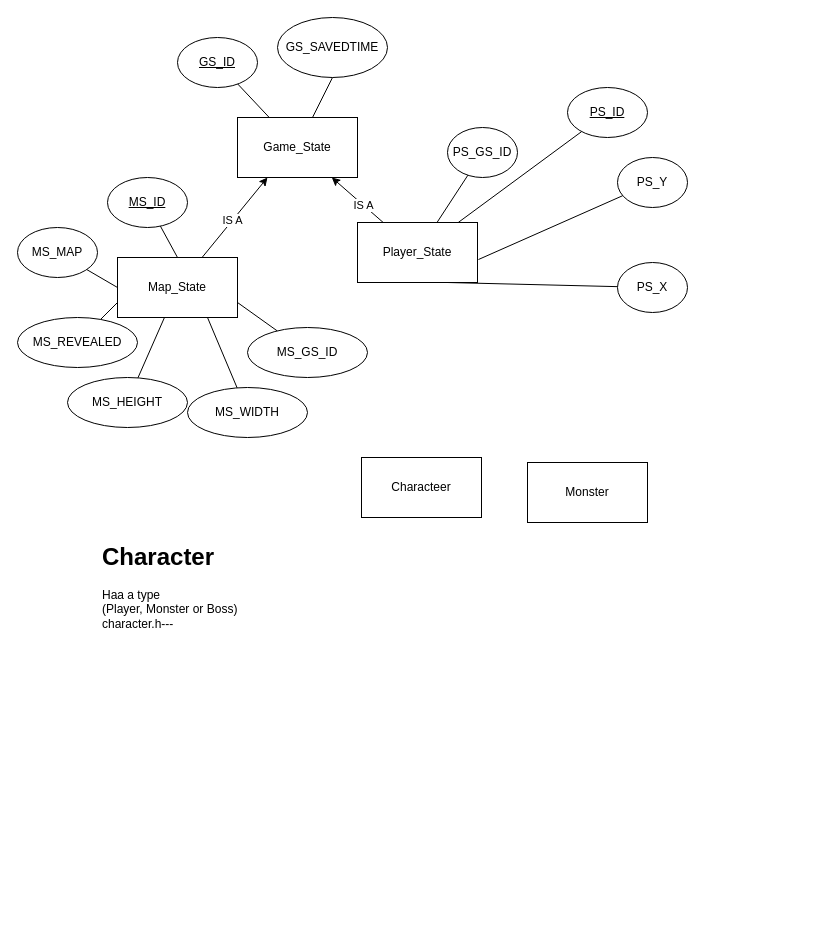
PM4-FS25-DungeonCrawl/DungeonCrawl keeps this draw.io diagram as page "Items & Abilities" (3 of 3) of documents/erd/ERD_GameState.drawio. Above is the earlier version. Source tidied: cells renumbered, new cells numbered last; positions are measured from the earlier drawing's top-left corner, leaving out a move shared by most shapes. Both pictures are drawn from the tidied source at 100%, with x=0, y=0 at pixel (17, 17).
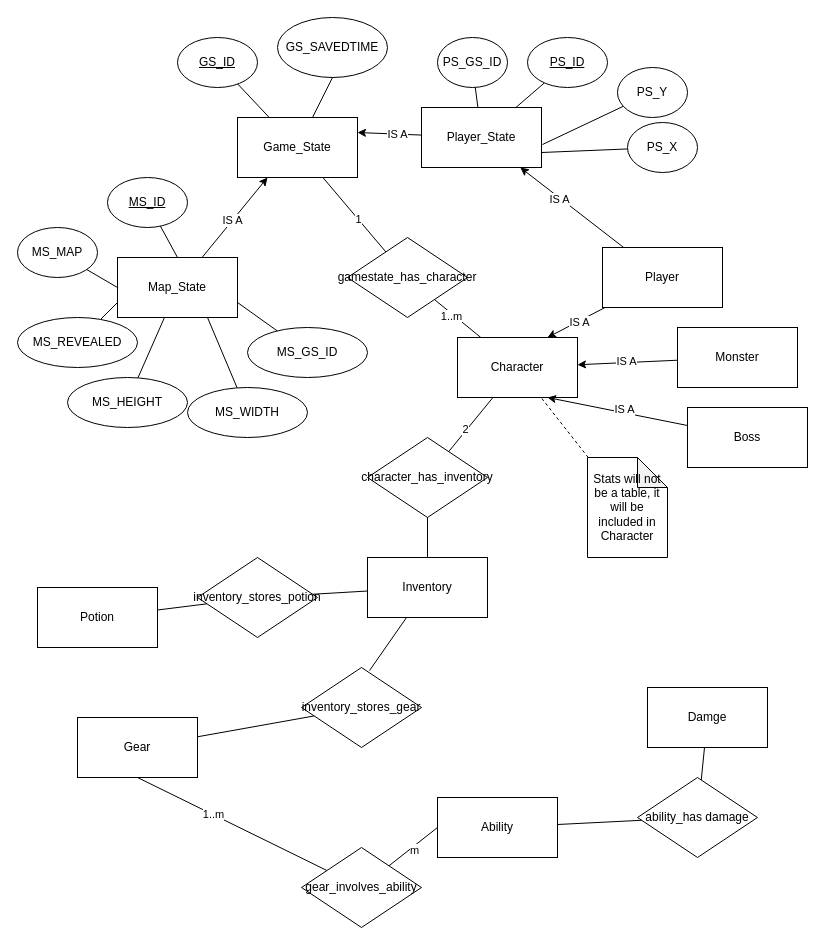
The same page after the edit.

Commit message:
little ERD

Unchanged cells that the change refers to:
```xml
<mxCell id="4" value="Game_State" style="rounded=0;whiteSpace=wrap;html=1;" parent="1" vertex="1">
  <mxGeometry x="220" y="100" width="120" height="60" as="geometry" />
</mxCell>
```

What changed in the source:
```diff
@@
-    <mxCell id="10" style="rounded=0;jettySize=auto;html=1;" parent="1" edge="1" source="12" target="4">
+    <mxCell id="10" style="rounded=0;jettySize=auto;html=1;entryX=1;entryY=0.25;entryDx=0;entryDy=0;" parent="1" edge="1" source="12" target="4">
       <mxGeometry relative="1" as="geometry" />
     </mxCell>
@@
     <mxCell id="12" value="Player_State" style="rounded=0;whiteSpace=wrap;html=1;" parent="1" vertex="1">
-      <mxGeometry x="340" y="205" width="120" height="60" as="geometry" />
+      <mxGeometry x="404" y="90" width="120" height="60" as="geometry" />
     </mxCell>
@@
     <mxCell id="15" value="&lt;u&gt;PS_ID&lt;/u&gt;" style="ellipse;whiteSpace=wrap;html=1;" parent="1" vertex="1">
-      <mxGeometry x="550" y="70" width="80" height="50" as="geometry" />
+      <mxGeometry x="510" y="20" width="80" height="50" as="geometry" />
     </mxCell>
@@
-    <mxCell id="27" style="rounded=0;jettySize=auto;html=1;entryX=0.75;entryY=1;entryDx=0;entryDy=0;endArrow=none;endFill=0;" parent="1" edge="1" source="28" target="12">
+    <mxCell id="27" style="rounded=0;jettySize=auto;html=1;entryX=1;entryY=0.75;entryDx=0;entryDy=0;endArrow=none;endFill=0;" parent="1" edge="1" source="28" target="12">
       <mxGeometry relative="1" as="geometry" />
     </mxCell>
     <mxCell id="28" value="PS_X" style="ellipse;whiteSpace=wrap;html=1;" parent="1" vertex="1">
-      <mxGeometry x="600" y="245" width="70" height="50" as="geometry" />
+      <mxGeometry x="610" y="105" width="70" height="50" as="geometry" />
     </mxCell>
@@
     <mxCell id="30" value="PS_Y" style="ellipse;whiteSpace=wrap;html=1;" parent="1" vertex="1">
-      <mxGeometry x="600" y="140" width="70" height="50" as="geometry" />
+      <mxGeometry x="600" y="50" width="70" height="50" as="geometry" />
     </mxCell>
@@
     <mxCell id="32" value="PS_GS_ID" style="ellipse;whiteSpace=wrap;html=1;" parent="1" vertex="1">
-      <mxGeometry x="430" y="110" width="70" height="50" as="geometry" />
+      <mxGeometry x="420" y="20" width="70" height="50" as="geometry" />
     </mxCell>
-    <mxCell id="33" value="Characteer" style="rounded=0;whiteSpace=wrap;html=1;" parent="1" vertex="1">
-      <mxGeometry x="344" y="440" width="120" height="60" as="geometry" />
+    <mxCell id="33" value="Character" style="rounded=0;whiteSpace=wrap;html=1;" parent="1" vertex="1">
+      <mxGeometry x="440" y="320" width="120" height="60" as="geometry" />
     </mxCell>
+    <mxCell id="36" style="rounded=0;jettySize=auto;html=1;" parent="1" edge="1" source="34" target="33">
+      <mxGeometry relative="1" as="geometry" />
+    </mxCell>
+    <mxCell id="37" value="IS A" style="edgeLabel;html=1;align=center;verticalAlign=middle;" parent="36" vertex="1">
+      <mxGeometry x="0.02" y="-2" relative="1" as="geometry" />
+    </mxCell>
     <mxCell id="34" value="Monster" style="rounded=0;whiteSpace=wrap;html=1;" parent="1" vertex="1">
-      <mxGeometry x="510" y="445" width="120" height="60" as="geometry" />
+      <mxGeometry x="660" y="310" width="120" height="60" as="geometry" />
     </mxCell>
-    <mxCell id="35" value="&lt;h1&gt;Character&lt;span style=&quot;white-space: pre;&quot;&gt;&#9;&lt;/span&gt;&lt;/h1&gt;&lt;div&gt;Haa a type&lt;/div&gt;&lt;div&gt;(Player, Monster or Boss)&lt;/div&gt;&lt;div&gt;character.h---&lt;/div&gt;" style="text;html=1;strokeColor=none;fillColor=none;spacing=5;spacingTop=-20;whiteSpace=wrap;overflow=hidden;rounded=0;" parent="1" vertex="1">
-      <mxGeometry x="80" y="520" width="190" height="120" as="geometry" />
-    </mxCell>
+    <mxCell id="38" style="rounded=0;jettySize=auto;html=1;entryX=0.75;entryY=0;entryDx=0;entryDy=0;" parent="1" edge="1" source="42" target="33">
+      <mxGeometry relative="1" as="geometry" />
+    </mxCell>
+    <mxCell id="39" value="IS A" style="edgeLabel;html=1;align=center;verticalAlign=middle;" parent="38" vertex="1">
+      <mxGeometry x="-0.08" y="1" relative="1" as="geometry" />
+    </mxCell>
+    <mxCell id="40" style="rounded=0;jettySize=auto;html=1;" parent="1" edge="1" source="42" target="12">
+      <mxGeometry relative="1" as="geometry" />
+    </mxCell>
+    <mxCell id="41" value="IS A" style="edgeLabel;html=1;align=center;verticalAlign=middle;" parent="40" vertex="1">
+      <mxGeometry x="0.24" y="1" relative="1" as="geometry" />
+    </mxCell>
+    <mxCell id="42" value="Player" style="rounded=0;whiteSpace=wrap;html=1;" parent="1" vertex="1">
+      <mxGeometry x="585" y="230" width="120" height="60" as="geometry" />
+    </mxCell>
+    <mxCell id="43" style="rounded=0;jettySize=auto;html=1;entryX=0.75;entryY=1;entryDx=0;entryDy=0;" parent="1" edge="1" source="45" target="33">
+      <mxGeometry relative="1" as="geometry" />
+    </mxCell>
+    <mxCell id="44" value="IS A" style="edgeLabel;html=1;align=center;verticalAlign=middle;" parent="43" vertex="1">
+      <mxGeometry x="-0.07" y="-4" relative="1" as="geometry" />
+    </mxCell>
+    <mxCell id="45" value="Boss" style="rounded=0;whiteSpace=wrap;html=1;" parent="1" vertex="1">
+      <mxGeometry x="670" y="390" width="120" height="60" as="geometry" />
+    </mxCell>
+    <mxCell id="46" style="rounded=0;jettySize=auto;html=1;endArrow=none;endFill=0;" parent="1" edge="1" source="48" target="4">
+      <mxGeometry relative="1" as="geometry" />
+    </mxCell>
+    <mxCell id="47" value="1" style="edgeLabel;html=1;align=center;verticalAlign=middle;" parent="46" vertex="1">
+      <mxGeometry x="-0.09" y="-1" relative="1" as="geometry">
+        <mxPoint y="1" as="offset" />
+      </mxGeometry>
+    </mxCell>
+    <mxCell id="48" value="gamestate_has_character" style="rhombus;whiteSpace=wrap;html=1;" parent="1" vertex="1">
+      <mxGeometry x="330" y="220" width="120" height="80" as="geometry" />
+    </mxCell>
+    <mxCell id="49" style="endArrow=none;html=1;rounded=0;" parent="1" edge="1" source="33" target="48">
+      <mxGeometry relative="1" as="geometry" />
+    </mxCell>
+    <mxCell id="50" value="1..m" style="edgeLabel;html=1;align=center;verticalAlign=middle;" parent="49" vertex="1">
+      <mxGeometry x="0.24" y="2" relative="1" as="geometry" />
+    </mxCell>
+    <mxCell id="51" style="rounded=0;jettySize=auto;html=1;endArrow=none;endFill=0;dashed=1;" parent="1" edge="1" source="52" target="33">
+      <mxGeometry relative="1" as="geometry" />
+    </mxCell>
+    <mxCell id="52" value="Stats will not be a table, it will be included in Character" style="shape=note;whiteSpace=wrap;html=1;backgroundOutline=1;darkOpacity=0.05;" parent="1" vertex="1">
+      <mxGeometry x="570" y="440" width="80" height="100" as="geometry" />
+    </mxCell>
+    <mxCell id="53" value="Potion" style="rounded=0;whiteSpace=wrap;html=1;" parent="1" vertex="1">
+      <mxGeometry x="20" y="570" width="120" height="60" as="geometry" />
+    </mxCell>
+    <mxCell id="54" value="Gear" style="rounded=0;whiteSpace=wrap;html=1;" parent="1" vertex="1">
+      <mxGeometry x="60" y="700" width="120" height="60" as="geometry" />
+    </mxCell>
+    <mxCell id="55" value="Inventory" style="rounded=0;whiteSpace=wrap;html=1;" parent="1" vertex="1">
+      <mxGeometry x="350" y="540" width="120" height="60" as="geometry" />
+    </mxCell>
+    <mxCell id="56" value="Ability" style="rounded=0;whiteSpace=wrap;html=1;" parent="1" vertex="1">
+      <mxGeometry x="420" y="780" width="120" height="60" as="geometry" />
+    </mxCell>
+    <mxCell id="57" value="Damge" style="rounded=0;whiteSpace=wrap;html=1;" parent="1" vertex="1">
+      <mxGeometry x="630" y="670" width="120" height="60" as="geometry" />
+    </mxCell>
+    <mxCell id="58" style="rounded=0;jettySize=auto;html=1;entryX=0.5;entryY=1;entryDx=0;entryDy=0;endArrow=none;endFill=0;" parent="1" edge="1" source="62" target="54">
+      <mxGeometry relative="1" as="geometry" />
+    </mxCell>
+    <mxCell id="59" value="1..m" style="edgeLabel;html=1;align=center;verticalAlign=middle;" parent="58" vertex="1">
+      <mxGeometry x="0.2" y="-1" relative="1" as="geometry" />
+    </mxCell>
+    <mxCell id="60" style="rounded=0;jettySize=auto;html=1;entryX=0;entryY=0.5;entryDx=0;entryDy=0;endArrow=none;endFill=0;" parent="1" edge="1" source="62" target="56">
+      <mxGeometry relative="1" as="geometry" />
+    </mxCell>
+    <mxCell id="61" value="m" style="edgeLabel;html=1;align=center;verticalAlign=middle;" parent="60" vertex="1">
+      <mxGeometry x="-0.02" y="-3" relative="1" as="geometry" />
+    </mxCell>
+    <mxCell id="62" value="gear_involves_ability" style="rhombus;whiteSpace=wrap;html=1;" parent="1" vertex="1">
+      <mxGeometry x="284" y="830" width="120" height="80" as="geometry" />
+    </mxCell>
+    <mxCell id="63" value="ability_has damage" style="rhombus;whiteSpace=wrap;html=1;" parent="1" vertex="1">
+      <mxGeometry x="620" y="760" width="120" height="80" as="geometry" />
+    </mxCell>
+    <mxCell id="64" value="character_has_inventory" style="rhombus;whiteSpace=wrap;html=1;" parent="1" vertex="1">
+      <mxGeometry x="350" y="420" width="120" height="80" as="geometry" />
+    </mxCell>
+    <mxCell id="65" value="inventory_stores_gear" style="rhombus;whiteSpace=wrap;html=1;" parent="1" vertex="1">
+      <mxGeometry x="284" y="650" width="120" height="80" as="geometry" />
+    </mxCell>
+    <mxCell id="66" value="inventory_stores_potion" style="rhombus;whiteSpace=wrap;html=1;" parent="1" vertex="1">
+      <mxGeometry x="180" y="540" width="120" height="80" as="geometry" />
+    </mxCell>
+    <mxCell id="67" style="endArrow=none;html=1;rounded=0;exitX=0.567;exitY=0.038;exitDx=0;exitDy=0;exitPerimeter=0;" parent="1" edge="1" source="65" target="55">
+      <mxGeometry relative="1" as="geometry" />
+    </mxCell>
+    <mxCell id="68" style="endArrow=none;html=1;rounded=0;" parent="1" edge="1" source="66" target="55">
+      <mxGeometry relative="1" as="geometry" />
+    </mxCell>
+    <mxCell id="69" style="endArrow=none;html=1;rounded=0;" parent="1" edge="1" source="54" target="65">
+      <mxGeometry relative="1" as="geometry" />
+    </mxCell>
+    <mxCell id="70" style="endArrow=none;html=1;rounded=0;" parent="1" edge="1" source="53" target="66">
+      <mxGeometry relative="1" as="geometry" />
+    </mxCell>
+    <mxCell id="71" style="endArrow=none;html=1;rounded=0;" parent="1" edge="1" source="63" target="57">
+      <mxGeometry relative="1" as="geometry" />
+    </mxCell>
+    <mxCell id="72" style="endArrow=none;html=1;rounded=0;" parent="1" edge="1" source="56" target="63">
+      <mxGeometry relative="1" as="geometry" />
+    </mxCell>
+    <mxCell id="73" style="endArrow=none;html=1;rounded=0;" parent="1" edge="1" source="55" target="64">
+      <mxGeometry relative="1" as="geometry" />
+    </mxCell>
+    <mxCell id="74" style="endArrow=none;html=1;rounded=0;" parent="1" edge="1" source="64" target="33">
+      <mxGeometry relative="1" as="geometry" />
+    </mxCell>
+    <mxCell id="75" value="2" style="edgeLabel;html=1;align=center;verticalAlign=middle;" parent="74" vertex="1">
+      <mxGeometry x="-0.18" y="2" relative="1" as="geometry">
+        <mxPoint y="1" as="offset" />
+      </mxGeometry>
+    </mxCell>
```
